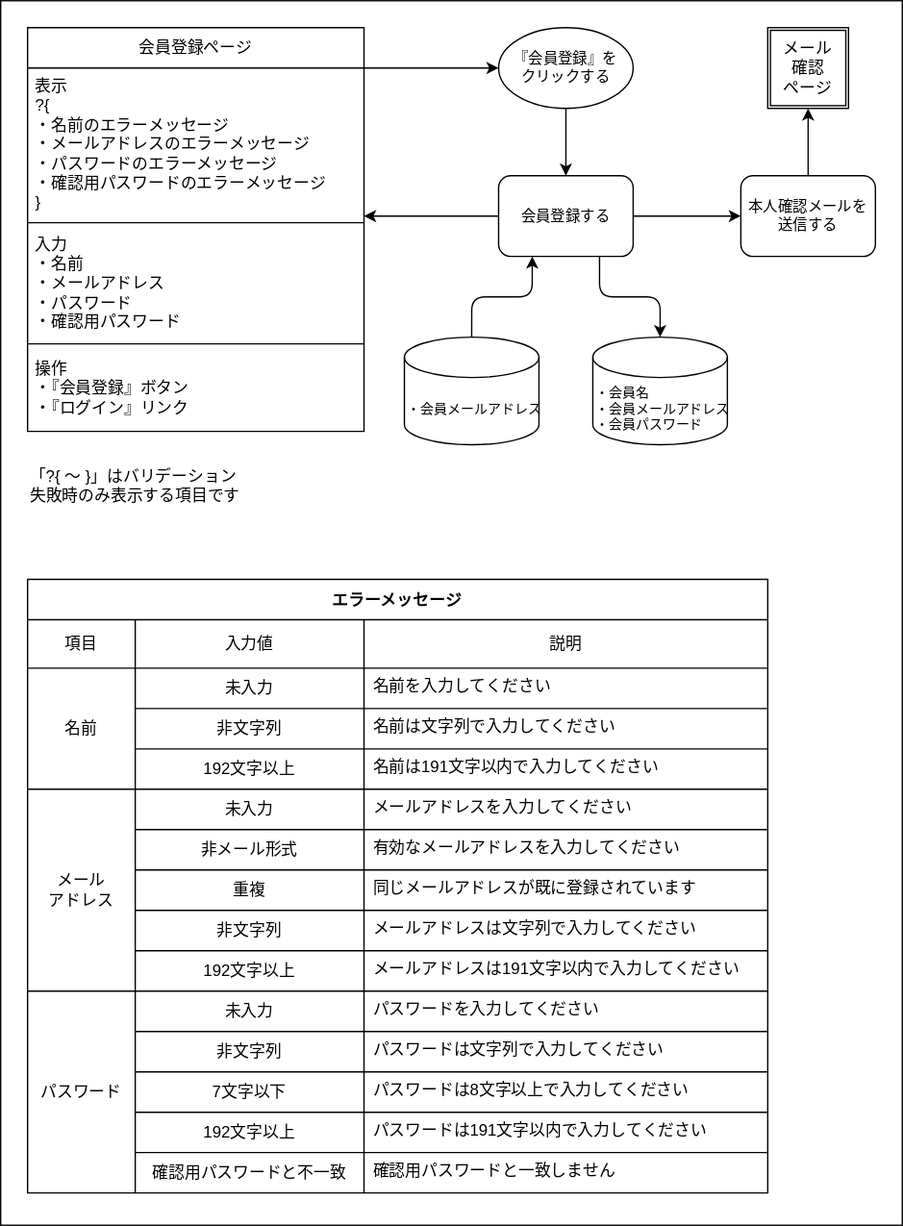
Earlier version of the draw.io export doc/画面遷移図/認証ページ/会員登録.drawio.svg (ryamao/atte). Source tidied: cells renumbered, new cells last; positions are measured from the earlier drawing's top-left corner, leaving out a move shared by most shapes.
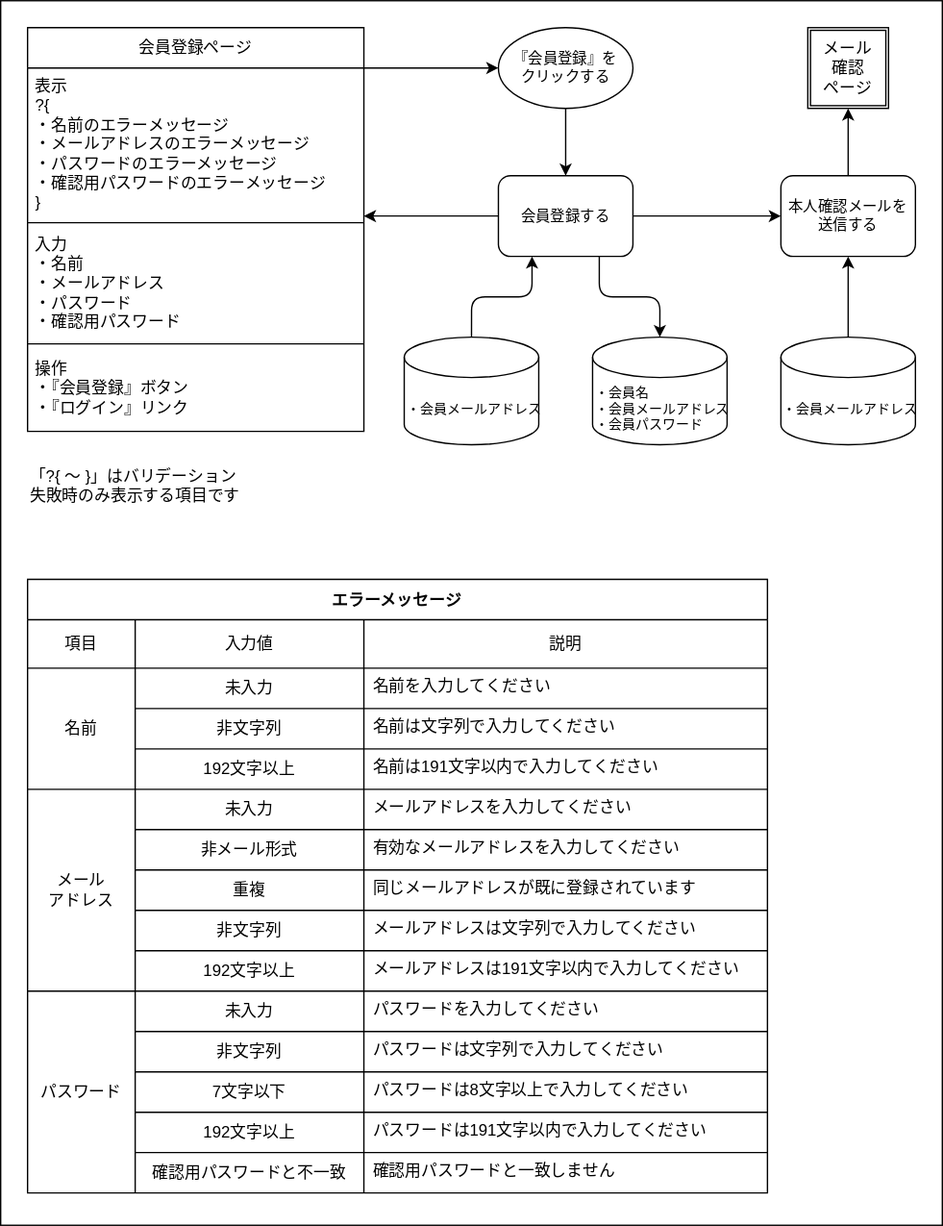
After the commit.

What changed in the source:
```diff
@@ -3,7 +3,7 @@
     <mxCell id="0" />
     <mxCell id="1" parent="0" />
     <mxCell id="2" style="rounded=0;whiteSpace=wrap;html=1;" parent="1" vertex="1">
-      <mxGeometry width="670" height="910" as="geometry" />
+      <mxGeometry width="700" height="910" as="geometry" />
     </mxCell>
     <mxCell id="3" value="会員登録ページ" style="swimlane;fontStyle=0;horizontal=1;startSize=30;whiteSpace=wrap;html=1;flipH=1;flipV=0;" parent="1" vertex="1">
       <mxGeometry x="20" y="20" width="250" height="300" as="geometry" />
@@ -198,13 +198,19 @@
       <mxGeometry x="370" y="130" width="100" height="60" as="geometry" />
     </mxCell>
     <mxCell id="67" value="メール&lt;br&gt;確認&lt;br&gt;ページ" style="shape=ext;double=1;whiteSpace=wrap;html=1;" parent="1" vertex="1">
-      <mxGeometry x="570" y="20" width="60" height="60" as="geometry" />
+      <mxGeometry x="600" y="20" width="60" height="60" as="geometry" />
     </mxCell>
     <mxCell id="68" style="edgeStyle=none;html=1;exitX=0.5;exitY=0;exitDx=0;exitDy=0;entryX=0.5;entryY=1;entryDx=0;entryDy=0;" parent="1" edge="1" source="69" target="67">
       <mxGeometry relative="1" as="geometry" />
     </mxCell>
     <mxCell id="69" value="本人確認メールを&lt;br&gt;送信する" style="rounded=1;whiteSpace=wrap;html=1;fontSize=11;" parent="1" vertex="1">
-      <mxGeometry x="550" y="130" width="100" height="60" as="geometry" />
+      <mxGeometry x="580" y="130" width="100" height="60" as="geometry" />
     </mxCell>
+    <mxCell id="70" style="edgeStyle=none;html=1;exitX=0.5;exitY=0;exitDx=0;exitDy=0;exitPerimeter=0;entryX=0.5;entryY=1;entryDx=0;entryDy=0;" parent="1" edge="1" source="71" target="69">
+      <mxGeometry relative="1" as="geometry" />
+    </mxCell>
+    <mxCell id="71" value="・会員メールアドレス" style="shape=cylinder3;html=1;boundedLbl=1;backgroundOutline=1;size=15;align=left;fontSize=10;" parent="1" vertex="1">
+      <mxGeometry x="580" y="250" width="100" height="80" as="geometry" />
+    </mxCell>
   </root>
 </mxGraphModel>
```
